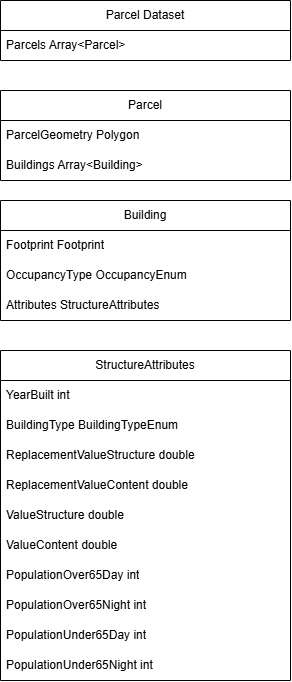
USACE-NSI/nsi-generator keeps this draw.io diagram as drawio/ExampleDatasets-ParcelDataset.drawio.png. Above is the earlier version. Source tidied: cells renumbered, new cells last; positions are measured from the earlier drawing's top-left corner, leaving out a move shared by most shapes.
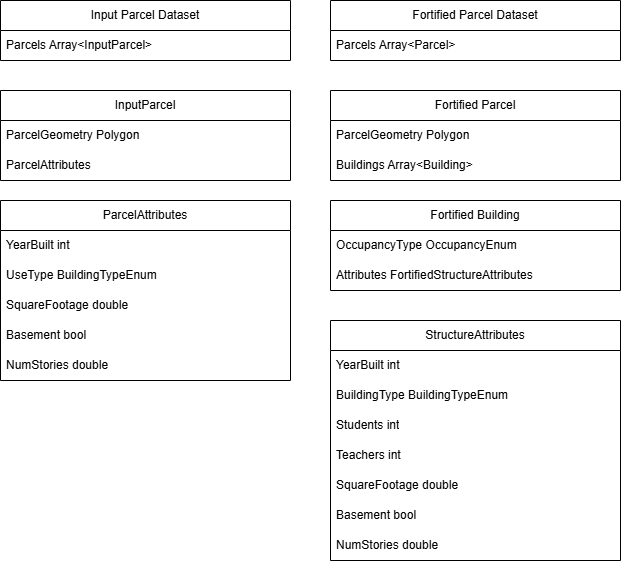
The same diagram one commit later.

Diff of the diagram source:
```diff
@@ -2,13 +2,13 @@
   <root>
     <mxCell id="0" />
     <mxCell id="1" parent="0" />
-    <mxCell id="2" value="Parcel Dataset" style="swimlane;fontStyle=0;horizontal=1;startSize=30;whiteSpace=wrap;html=1;" parent="1" vertex="1">
+    <mxCell id="2" value="Fortified Parcel Dataset" style="swimlane;fontStyle=0;horizontal=1;startSize=30;whiteSpace=wrap;html=1;" parent="1" vertex="1">
       <mxGeometry width="290" height="60" as="geometry" />
     </mxCell>
     <mxCell id="3" value="Parcels Array&amp;lt;Parcel&amp;gt;" style="text;strokeColor=none;fillColor=none;align=left;verticalAlign=middle;spacingLeft=4;spacingRight=4;overflow=hidden;whiteSpace=wrap;html=1;" parent="2" vertex="1">
       <mxGeometry y="30" width="290" height="30" as="geometry" />
     </mxCell>
-    <mxCell id="4" value="Parcel" style="swimlane;fontStyle=0;horizontal=1;startSize=30;whiteSpace=wrap;html=1;" parent="1" vertex="1">
+    <mxCell id="4" value="Fortified Parcel" style="swimlane;fontStyle=0;horizontal=1;startSize=30;whiteSpace=wrap;html=1;" parent="1" vertex="1">
       <mxGeometry y="90" width="290" height="90" as="geometry" />
     </mxCell>
     <mxCell id="5" value="ParcelGeometry Polygon" style="text;strokeColor=none;fillColor=none;align=left;verticalAlign=middle;spacingLeft=4;spacingRight=4;overflow=hidden;whiteSpace=wrap;html=1;" parent="4" vertex="1">
@@ -17,50 +17,71 @@
     <mxCell id="6" value="Buildings Array&amp;lt;Building&amp;gt;" style="text;strokeColor=none;fillColor=none;align=left;verticalAlign=middle;spacingLeft=4;spacingRight=4;overflow=hidden;whiteSpace=wrap;html=1;" parent="4" vertex="1">
       <mxGeometry y="60" width="290" height="30" as="geometry" />
     </mxCell>
-    <mxCell id="7" value="Building" style="swimlane;fontStyle=0;horizontal=1;startSize=30;whiteSpace=wrap;html=1;" parent="1" vertex="1">
-      <mxGeometry y="200" width="290" height="120" as="geometry" />
+    <mxCell id="7" value="Fortified Building" style="swimlane;fontStyle=0;horizontal=1;startSize=30;whiteSpace=wrap;html=1;" parent="1" vertex="1">
+      <mxGeometry y="200" width="290" height="90" as="geometry" />
     </mxCell>
-    <mxCell id="8" value="Footprint Footprint" style="text;strokeColor=none;fillColor=none;align=left;verticalAlign=middle;spacingLeft=4;spacingRight=4;overflow=hidden;whiteSpace=wrap;html=1;" parent="7" vertex="1">
-      <mxGeometry y="30" width="290" height="30" as="geometry" />
-    </mxCell>
     <mxCell id="9" value="OccupancyType OccupancyEnum" style="text;strokeColor=none;fillColor=none;align=left;verticalAlign=middle;spacingLeft=4;spacingRight=4;overflow=hidden;whiteSpace=wrap;html=1;" parent="7" vertex="1">
-      <mxGeometry y="60" width="290" height="30" as="geometry" />
+      <mxGeometry y="30" width="290" height="30" as="geometry" />
     </mxCell>
-    <mxCell id="10" value="Attributes StructureAttributes" style="text;strokeColor=none;fillColor=none;align=left;verticalAlign=middle;spacingLeft=4;spacingRight=4;overflow=hidden;whiteSpace=wrap;html=1;" parent="7" vertex="1">
-      <mxGeometry y="90" width="290" height="30" as="geometry" />
+    <mxCell id="10" value="Attributes FortifiedStructureAttributes" style="text;strokeColor=none;fillColor=none;align=left;verticalAlign=middle;spacingLeft=4;spacingRight=4;overflow=hidden;whiteSpace=wrap;html=1;" parent="7" vertex="1">
+      <mxGeometry y="60" width="290" height="30" as="geometry" />
     </mxCell>
     <mxCell id="11" value="StructureAttributes" style="swimlane;fontStyle=0;horizontal=1;startSize=30;whiteSpace=wrap;html=1;" parent="1" vertex="1">
-      <mxGeometry y="350" width="290" height="330" as="geometry" />
+      <mxGeometry y="320" width="290" height="240" as="geometry" />
     </mxCell>
     <mxCell id="12" value="YearBuilt int" style="text;strokeColor=none;fillColor=none;align=left;verticalAlign=middle;spacingLeft=4;spacingRight=4;overflow=hidden;whiteSpace=wrap;html=1;" parent="11" vertex="1">
       <mxGeometry y="30" width="290" height="30" as="geometry" />
     </mxCell>
+    <mxCell id="22" value="BuildingType BuildingTypeEnum" style="text;strokeColor=none;fillColor=none;align=left;verticalAlign=middle;spacingLeft=4;spacingRight=4;overflow=hidden;whiteSpace=wrap;html=1;" parent="11" vertex="1">
+      <mxGeometry y="60" width="290" height="30" as="geometry" />
+    </mxCell>
-    <mxCell id="13" value="BuildingType BuildingTypeEnum" style="text;strokeColor=none;fillColor=none;align=left;verticalAlign=middle;spacingLeft=4;spacingRight=4;overflow=hidden;whiteSpace=wrap;html=1;" parent="11" vertex="1">
-      <mxGeometry y="60" width="290" height="30" as="geometry" />
+    <mxCell id="13" value="Students int" style="text;strokeColor=none;fillColor=none;align=left;verticalAlign=middle;spacingLeft=4;spacingRight=4;overflow=hidden;whiteSpace=wrap;html=1;" parent="11" vertex="1">
+      <mxGeometry y="90" width="290" height="30" as="geometry" />
     </mxCell>
-    <mxCell id="14" value="ReplacementValueStructure double" style="text;strokeColor=none;fillColor=none;align=left;verticalAlign=middle;spacingLeft=4;spacingRight=4;overflow=hidden;whiteSpace=wrap;html=1;" parent="11" vertex="1">
-      <mxGeometry y="90" width="290" height="30" as="geometry" />
-    </mxCell>
-    <mxCell id="15" value="ReplacementValueContent double" style="text;strokeColor=none;fillColor=none;align=left;verticalAlign=middle;spacingLeft=4;spacingRight=4;overflow=hidden;whiteSpace=wrap;html=1;" parent="11" vertex="1">
-      <mxGeometry y="120" width="290" height="30" as="geometry" />
-    </mxCell>
-    <mxCell id="16" value="ValueStructure double" style="text;strokeColor=none;fillColor=none;align=left;verticalAlign=middle;spacingLeft=4;spacingRight=4;overflow=hidden;whiteSpace=wrap;html=1;" parent="11" vertex="1">
-      <mxGeometry y="150" width="290" height="30" as="geometry" />
-    </mxCell>
-    <mxCell id="17" value="ValueContent double" style="text;strokeColor=none;fillColor=none;align=left;verticalAlign=middle;spacingLeft=4;spacingRight=4;overflow=hidden;whiteSpace=wrap;html=1;" parent="11" vertex="1">
-      <mxGeometry y="180" width="290" height="30" as="geometry" />
-    </mxCell>
-    <mxCell id="18" value="PopulationOver65Day int" style="text;strokeColor=none;fillColor=none;align=left;verticalAlign=middle;spacingLeft=4;spacingRight=4;overflow=hidden;whiteSpace=wrap;html=1;" parent="11" vertex="1">
-      <mxGeometry y="210" width="290" height="30" as="geometry" />
-    </mxCell>
-    <mxCell id="19" value="PopulationOver65Night int" style="text;strokeColor=none;fillColor=none;align=left;verticalAlign=middle;spacingLeft=4;spacingRight=4;overflow=hidden;whiteSpace=wrap;html=1;" parent="11" vertex="1">
-      <mxGeometry y="240" width="290" height="30" as="geometry" />
-    </mxCell>
-    <mxCell id="20" value="PopulationUnder65Day int" style="text;strokeColor=none;fillColor=none;align=left;verticalAlign=middle;spacingLeft=4;spacingRight=4;overflow=hidden;whiteSpace=wrap;html=1;" parent="11" vertex="1">
-      <mxGeometry y="270" width="290" height="30" as="geometry" />
-    </mxCell>
-    <mxCell id="21" value="PopulationUnder65Night int" style="text;strokeColor=none;fillColor=none;align=left;verticalAlign=middle;spacingLeft=4;spacingRight=4;overflow=hidden;whiteSpace=wrap;html=1;" parent="11" vertex="1">
-      <mxGeometry y="300" width="290" height="30" as="geometry" />
-    </mxCell>
+    <mxCell id="23" value="Teachers int" style="text;strokeColor=none;fillColor=none;align=left;verticalAlign=middle;spacingLeft=4;spacingRight=4;overflow=hidden;whiteSpace=wrap;html=1;" parent="11" vertex="1">
+      <mxGeometry y="120" width="290" height="30" as="geometry" />
+    </mxCell>
+    <mxCell id="24" value="SquareFootage double" style="text;strokeColor=none;fillColor=none;align=left;verticalAlign=middle;spacingLeft=4;spacingRight=4;overflow=hidden;whiteSpace=wrap;html=1;" parent="11" vertex="1">
+      <mxGeometry y="150" width="290" height="30" as="geometry" />
+    </mxCell>
+    <mxCell id="25" value="Basement bool" style="text;strokeColor=none;fillColor=none;align=left;verticalAlign=middle;spacingLeft=4;spacingRight=4;overflow=hidden;whiteSpace=wrap;html=1;" parent="11" vertex="1">
+      <mxGeometry y="180" width="290" height="30" as="geometry" />
+    </mxCell>
+    <mxCell id="26" value="NumStories double" style="text;strokeColor=none;fillColor=none;align=left;verticalAlign=middle;spacingLeft=4;spacingRight=4;overflow=hidden;whiteSpace=wrap;html=1;" parent="11" vertex="1">
+      <mxGeometry y="210" width="290" height="30" as="geometry" />
+    </mxCell>
+    <mxCell id="27" value="Input Parcel Dataset" style="swimlane;fontStyle=0;horizontal=1;startSize=30;whiteSpace=wrap;html=1;" parent="1" vertex="1">
+      <mxGeometry x="-330" width="290" height="60" as="geometry" />
+    </mxCell>
+    <mxCell id="28" value="Parcels Array&amp;lt;InputParcel&amp;gt;" style="text;strokeColor=none;fillColor=none;align=left;verticalAlign=middle;spacingLeft=4;spacingRight=4;overflow=hidden;whiteSpace=wrap;html=1;" parent="27" vertex="1">
+      <mxGeometry y="30" width="290" height="30" as="geometry" />
+    </mxCell>
+    <mxCell id="29" value="InputParcel" style="swimlane;fontStyle=0;horizontal=1;startSize=30;whiteSpace=wrap;html=1;" parent="1" vertex="1">
+      <mxGeometry x="-330" y="90" width="290" height="90" as="geometry" />
+    </mxCell>
+    <mxCell id="30" value="ParcelGeometry Polygon" style="text;strokeColor=none;fillColor=none;align=left;verticalAlign=middle;spacingLeft=4;spacingRight=4;overflow=hidden;whiteSpace=wrap;html=1;" parent="29" vertex="1">
+      <mxGeometry y="30" width="290" height="30" as="geometry" />
+    </mxCell>
+    <mxCell id="31" value="ParcelAttributes" style="text;strokeColor=none;fillColor=none;align=left;verticalAlign=middle;spacingLeft=4;spacingRight=4;overflow=hidden;whiteSpace=wrap;html=1;" parent="29" vertex="1">
+      <mxGeometry y="60" width="290" height="30" as="geometry" />
+    </mxCell>
+    <mxCell id="32" value="ParcelAttributes" style="swimlane;fontStyle=0;horizontal=1;startSize=30;whiteSpace=wrap;html=1;" parent="1" vertex="1">
+      <mxGeometry x="-330" y="200" width="290" height="180" as="geometry" />
+    </mxCell>
+    <mxCell id="33" value="YearBuilt int" style="text;strokeColor=none;fillColor=none;align=left;verticalAlign=middle;spacingLeft=4;spacingRight=4;overflow=hidden;whiteSpace=wrap;html=1;" parent="32" vertex="1">
+      <mxGeometry y="30" width="290" height="30" as="geometry" />
+    </mxCell>
+    <mxCell id="34" value="UseType BuildingTypeEnum" style="text;strokeColor=none;fillColor=none;align=left;verticalAlign=middle;spacingLeft=4;spacingRight=4;overflow=hidden;whiteSpace=wrap;html=1;" parent="32" vertex="1">
+      <mxGeometry y="60" width="290" height="30" as="geometry" />
+    </mxCell>
+    <mxCell id="35" value="SquareFootage double" style="text;strokeColor=none;fillColor=none;align=left;verticalAlign=middle;spacingLeft=4;spacingRight=4;overflow=hidden;whiteSpace=wrap;html=1;" parent="32" vertex="1">
+      <mxGeometry y="90" width="290" height="30" as="geometry" />
+    </mxCell>
+    <mxCell id="36" value="Basement bool" style="text;strokeColor=none;fillColor=none;align=left;verticalAlign=middle;spacingLeft=4;spacingRight=4;overflow=hidden;whiteSpace=wrap;html=1;" parent="32" vertex="1">
+      <mxGeometry y="120" width="290" height="30" as="geometry" />
+    </mxCell>
+    <mxCell id="37" value="NumStories double" style="text;strokeColor=none;fillColor=none;align=left;verticalAlign=middle;spacingLeft=4;spacingRight=4;overflow=hidden;whiteSpace=wrap;html=1;" parent="32" vertex="1">
+      <mxGeometry y="150" width="290" height="30" as="geometry" />
+    </mxCell>
   </root>
 </mxGraphModel>
```
